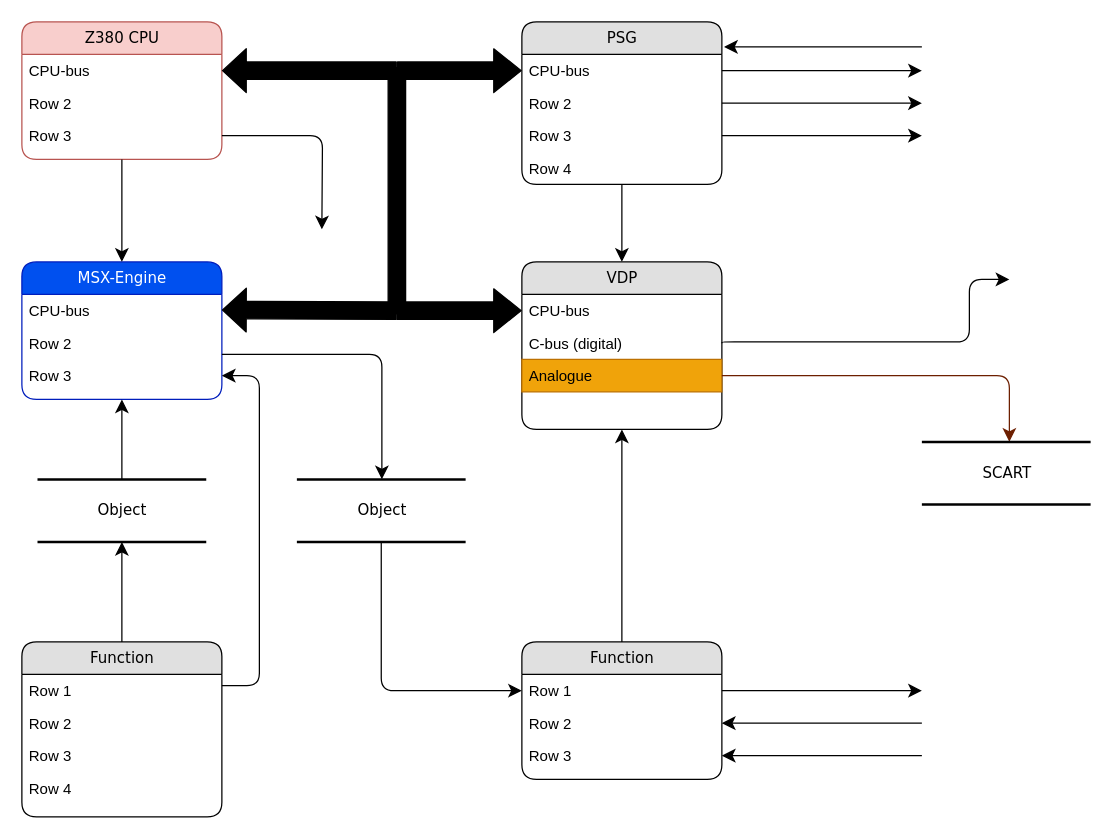
This is Docs/MSX-Ultra_system.drawio from Doomn00b/MSX_Ultra, a draw.io file, before an edit. Source tidied: cells renumbered, new cells numbered last; positions are measured from the earlier drawing's top-left corner, leaving out a move shared by most shapes. Both pictures are drawn from the tidied source at 125%, with x=0, y=0 at pixel (21, 21).
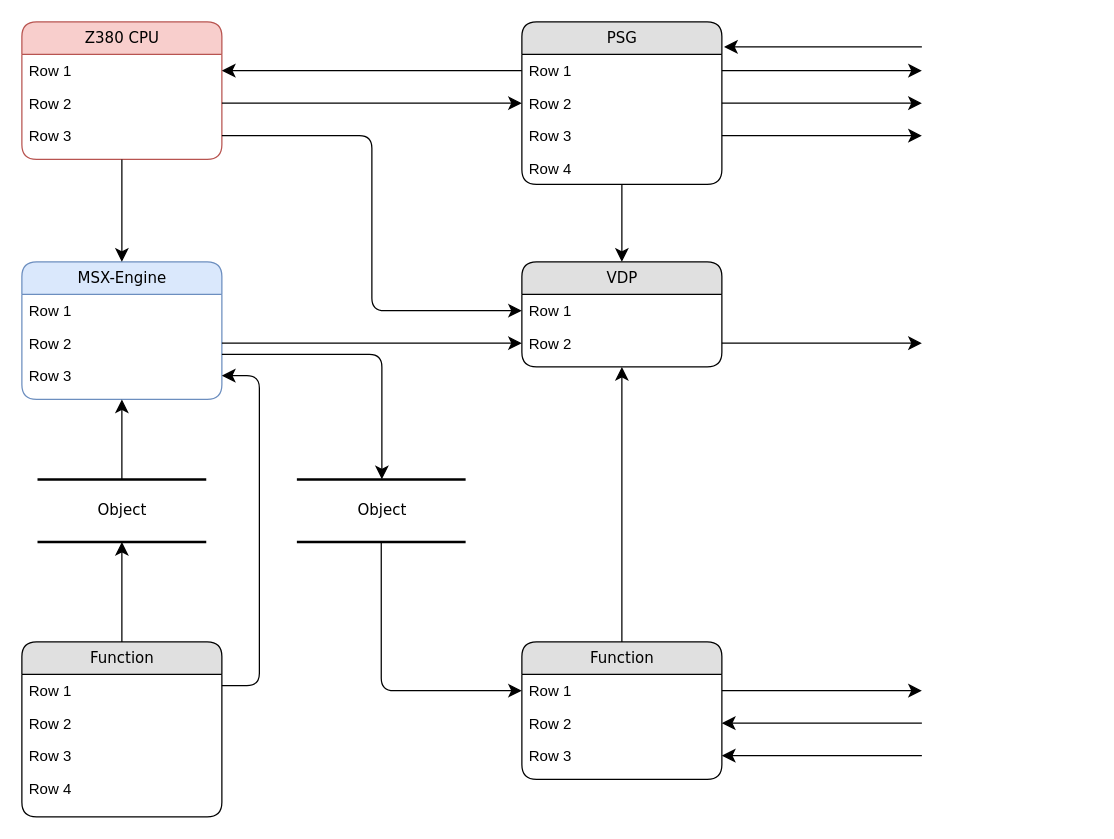
After the change.

Unchanged cells that the change refers to:
```xml
<mxCell id="3" value="Z380 CPU" style="swimlane;html=1;fontStyle=0;horizontal=1;startSize=26;fillColor=#f8cecc;swimlaneFillColor=#ffffff;align=center;rounded=1;shadow=0;comic=0;labelBackgroundColor=none;strokeWidth=1;fontFamily=Verdana;fontSize=12;strokeColor=#b85450;" parent="1" vertex="1">
  <mxGeometry width="160" height="110" as="geometry" />
</mxCell>
<mxCell id="5" value="Row 2" style="text;html=1;strokeColor=none;fillColor=none;spacingLeft=4;spacingRight=4;whiteSpace=wrap;overflow=hidden;points=[[0,0.5],[1,0.5]];portConstraint=eastwest;" parent="3" vertex="1">
  <mxGeometry y="52" width="160" height="26" as="geometry" />
</mxCell>
<mxCell id="6" value="Row 3" style="text;html=1;strokeColor=none;fillColor=none;spacingLeft=4;spacingRight=4;whiteSpace=wrap;overflow=hidden;points=[[0,0.5],[1,0.5]];portConstraint=eastwest;" parent="3" vertex="1">
  <mxGeometry y="78" width="160" height="26" as="geometry" />
</mxCell>
<mxCell id="7" value="PSG&lt;br&gt;" style="swimlane;html=1;fontStyle=0;horizontal=1;startSize=26;fillColor=#e0e0e0;swimlaneFillColor=#ffffff;align=center;rounded=1;shadow=0;comic=0;labelBackgroundColor=none;strokeWidth=1;fontFamily=Verdana;fontSize=12;" parent="1" vertex="1">
  <mxGeometry x="400" width="160" height="130" as="geometry" />
</mxCell>
<mxCell id="9" value="Row 2" style="text;html=1;strokeColor=none;fillColor=none;spacingLeft=4;spacingRight=4;whiteSpace=wrap;overflow=hidden;points=[[0,0.5],[1,0.5]];portConstraint=eastwest;" parent="7" vertex="1">
  <mxGeometry y="52" width="160" height="26" as="geometry" />
</mxCell>
<mxCell id="14" value="Row 2" style="text;html=1;strokeColor=none;fillColor=none;spacingLeft=4;spacingRight=4;whiteSpace=wrap;overflow=hidden;points=[[0,0.5],[1,0.5]];portConstraint=eastwest;" parent="12" vertex="1">
  <mxGeometry y="52" width="160" height="26" as="geometry" />
</mxCell>
```

The edit, as a diff of the source:
```diff
@@
-    <mxCell id="4" value="CPU-bus" style="text;html=1;strokeColor=none;fillColor=none;spacingLeft=4;spacingRight=4;whiteSpace=wrap;overflow=hidden;points=[[0,0.5],[1,0.5]];portConstraint=eastwest;" parent="3" vertex="1">
+    <mxCell id="4" value="Row 1" style="text;html=1;strokeColor=none;fillColor=none;spacingLeft=4;spacingRight=4;whiteSpace=wrap;overflow=hidden;points=[[0,0.5],[1,0.5]];portConstraint=eastwest;" parent="3" vertex="1">
       <mxGeometry y="26" width="160" height="26" as="geometry" />
     </mxCell>
@@
-    <mxCell id="8" value="CPU-bus" style="text;html=1;strokeColor=none;fillColor=none;spacingLeft=4;spacingRight=4;whiteSpace=wrap;overflow=hidden;points=[[0,0.5],[1,0.5]];portConstraint=eastwest;" parent="7" vertex="1">
+    <mxCell id="8" value="Row 1" style="text;html=1;strokeColor=none;fillColor=none;spacingLeft=4;spacingRight=4;whiteSpace=wrap;overflow=hidden;points=[[0,0.5],[1,0.5]];portConstraint=eastwest;" parent="7" vertex="1">
       <mxGeometry y="26" width="160" height="26" as="geometry" />
     </mxCell>
@@
-    <mxCell id="12" value="MSX-Engine&lt;br&gt;" style="swimlane;html=1;fontStyle=0;horizontal=1;startSize=26;fillColor=#0050ef;swimlaneFillColor=#ffffff;align=center;rounded=1;shadow=0;comic=0;labelBackgroundColor=none;strokeWidth=1;fontFamily=Verdana;fontSize=12;strokeColor=#001DBC;fontColor=#ffffff;" parent="1" vertex="1">
+    <mxCell id="12" value="MSX-Engine&lt;br&gt;" style="swimlane;html=1;fontStyle=0;horizontal=1;startSize=26;fillColor=#dae8fc;swimlaneFillColor=#ffffff;align=center;rounded=1;shadow=0;comic=0;labelBackgroundColor=none;strokeWidth=1;fontFamily=Verdana;fontSize=12;strokeColor=#6c8ebf;" parent="1" vertex="1">
       <mxGeometry y="192" width="160" height="110" as="geometry" />
     </mxCell>
-    <mxCell id="13" value="CPU-bus" style="text;html=1;strokeColor=none;fillColor=none;spacingLeft=4;spacingRight=4;whiteSpace=wrap;overflow=hidden;" parent="12" vertex="1">
+    <mxCell id="13" value="Row 1" style="text;html=1;strokeColor=none;fillColor=none;spacingLeft=4;spacingRight=4;whiteSpace=wrap;overflow=hidden;" parent="12" vertex="1">
       <mxGeometry y="26" width="160" height="26" as="geometry" />
     </mxCell>
@@
     <mxCell id="21" value="VDP" style="swimlane;html=1;fontStyle=0;horizontal=1;startSize=26;fillColor=#e0e0e0;swimlaneFillColor=#ffffff;align=center;rounded=1;shadow=0;comic=0;labelBackgroundColor=none;strokeWidth=1;fontFamily=Verdana;fontSize=12;" parent="1" vertex="1">
-      <mxGeometry x="400" y="192" width="160" height="134" as="geometry" />
+      <mxGeometry x="400" y="192" width="160" height="84" as="geometry" />
     </mxCell>
-    <mxCell id="22" value="CPU-bus" style="text;html=1;strokeColor=none;fillColor=none;spacingLeft=4;spacingRight=4;whiteSpace=wrap;overflow=hidden;points=[[0,0.5],[1,0.5]];portConstraint=eastwest;" parent="21" vertex="1">
+    <mxCell id="22" value="Row 1" style="text;html=1;strokeColor=none;fillColor=none;spacingLeft=4;spacingRight=4;whiteSpace=wrap;overflow=hidden;points=[[0,0.5],[1,0.5]];portConstraint=eastwest;" parent="21" vertex="1">
       <mxGeometry y="26" width="160" height="26" as="geometry" />
     </mxCell>
-    <mxCell id="23" value="C-bus (digital)" style="text;html=1;strokeColor=none;fillColor=none;spacingLeft=4;spacingRight=4;whiteSpace=wrap;overflow=hidden;points=[[0,0.5],[1,0.5]];portConstraint=eastwest;" parent="21" vertex="1">
+    <mxCell id="23" value="Row 2" style="text;html=1;strokeColor=none;fillColor=none;spacingLeft=4;spacingRight=4;whiteSpace=wrap;overflow=hidden;points=[[0,0.5],[1,0.5]];portConstraint=eastwest;" parent="21" vertex="1">
       <mxGeometry y="52" width="160" height="26" as="geometry" />
     </mxCell>
-    <mxCell id="24" value="Analogue&lt;br&gt;" style="text;html=1;strokeColor=#BD7000;fillColor=#f0a30a;spacingLeft=4;spacingRight=4;whiteSpace=wrap;overflow=hidden;points=[[0,0.5],[1,0.5]];portConstraint=eastwest;fontColor=#000000;" parent="21" vertex="1">
-      <mxGeometry y="78" width="160" height="26" as="geometry" />
-    </mxCell>
@@
+    <mxCell id="56" style="edgeStyle=orthogonalEdgeStyle;html=1;entryX=0;entryY=0.5;labelBackgroundColor=none;startFill=0;startSize=8;endFill=1;endSize=8;fontFamily=Verdana;fontSize=12;exitX=1;exitY=0.5;" parent="1" edge="1" source="5" target="9">
+      <mxGeometry relative="1" as="geometry" />
+    </mxCell>
-    <mxCell id="38" style="edgeStyle=orthogonalEdgeStyle;html=1;entryX=1;entryY=0.5;labelBackgroundColor=none;startFill=0;endFill=1;fontFamily=Verdana;fontSize=12;strokeWidth=1;shape=flexArrow;fillColor=#000000;strokeColor=default;startArrow=none;width=14;startSize=7;" parent="1" edge="1" source="48" target="4">
+    <mxCell id="38" style="edgeStyle=orthogonalEdgeStyle;html=1;exitX=0;exitY=0.5;entryX=1;entryY=0.5;labelBackgroundColor=none;startFill=0;startSize=8;endFill=1;endSize=8;fontFamily=Verdana;fontSize=12;" parent="1" edge="1" source="8" target="4">
       <mxGeometry relative="1" as="geometry" />
     </mxCell>
-    <mxCell id="39" style="edgeStyle=orthogonalEdgeStyle;html=1;exitX=1;exitY=0.5;labelBackgroundColor=none;startFill=0;startSize=8;endFill=1;endSize=8;fontFamily=Verdana;fontSize=12;" parent="1" edge="1" source="6">
-      <mxGeometry relative="1" as="geometry">
-        <mxPoint x="240" y="166" as="targetPoint" />
-      </mxGeometry>
+    <mxCell id="39" style="edgeStyle=orthogonalEdgeStyle;html=1;exitX=1;exitY=0.5;entryX=0;entryY=0.5;labelBackgroundColor=none;startFill=0;startSize=8;endFill=1;endSize=8;fontFamily=Verdana;fontSize=12;" parent="1" edge="1" source="6" target="22">
+      <mxGeometry relative="1" as="geometry" />
     </mxCell>
+    <mxCell id="57" style="edgeStyle=orthogonalEdgeStyle;html=1;exitX=1;exitY=0.5;entryX=0;entryY=0.5;labelBackgroundColor=none;startFill=0;startSize=8;endFill=1;endSize=8;fontFamily=Verdana;fontSize=12;" parent="1" edge="1" source="14" target="23">
+      <mxGeometry relative="1" as="geometry" />
+    </mxCell>
-    <mxCell id="40" style="edgeStyle=orthogonalEdgeStyle;html=1;labelBackgroundColor=none;startFill=0;startSize=8;endFill=1;endSize=8;fontFamily=Verdana;fontSize=12;exitX=1;exitY=0.5;exitDx=0;exitDy=0;fillColor=#a0522d;strokeColor=#6D1F00;" parent="1" edge="1" source="24" target="51">
+    <mxCell id="40" style="edgeStyle=orthogonalEdgeStyle;html=1;labelBackgroundColor=none;startFill=0;startSize=8;endFill=1;endSize=8;fontFamily=Verdana;fontSize=12;" parent="1" edge="1" source="23">
       <mxGeometry relative="1" as="geometry">
-        <Array as="points">
-          <mxPoint x="790" y="283" />
-        </Array>
+        <mxPoint x="720" y="257" as="targetPoint" />
       </mxGeometry>
     </mxCell>
@@
-    <mxCell id="48" style="shape=waypoint;sketch=0;fillStyle=solid;size=6;points=[];fillColor=none;perimeter=centerPerimeter;snapToPoint=1;" parent="1" vertex="1">
-      <mxGeometry x="280" y="19" width="40" height="40" as="geometry" />
-    </mxCell>
-    <mxCell id="49" style="edgeStyle=orthogonalEdgeStyle;html=1;labelBackgroundColor=none;startFill=0;endFill=1;fontFamily=Verdana;fontSize=12;strokeWidth=1;shape=flexArrow;fillColor=#000000;strokeColor=default;startArrow=block;width=14;startSize=7;endArrow=none;" parent="1" edge="1" source="8" target="48">
-      <mxGeometry relative="1" as="geometry" />
-    </mxCell>
-    <mxCell id="50" style="edgeStyle=orthogonalEdgeStyle;html=1;labelBackgroundColor=none;startFill=0;endFill=1;fontFamily=Verdana;fontSize=12;strokeWidth=1;shape=flexArrow;fillColor=#000000;strokeColor=default;startArrow=none;width=14;startSize=7;endArrow=none;exitDx=0;exitDy=0;" parent="1" edge="1" source="53" target="48">
-      <mxGeometry relative="1" as="geometry" />
-    </mxCell>
-    <mxCell id="51" value="SCART" style="html=1;rounded=0;shadow=0;comic=0;labelBackgroundColor=none;strokeWidth=2;fontFamily=Verdana;fontSize=12;align=center;shape=mxgraph.ios7ui.horLines;" parent="1" vertex="1">
-      <mxGeometry x="720" y="336" width="135" height="50" as="geometry" />
-    </mxCell>
-    <mxCell id="52" style="edgeStyle=orthogonalEdgeStyle;html=1;labelBackgroundColor=none;startFill=0;startSize=8;endFill=1;endSize=8;fontFamily=Verdana;fontSize=12;exitX=1;exitY=0.5;exitDx=0;exitDy=0;" parent="1" edge="1" source="23">
-      <mxGeometry relative="1" as="geometry">
-        <mxPoint x="790" y="206" as="targetPoint" />
-        <Array as="points">
-          <mxPoint x="560" y="256" />
-          <mxPoint x="758" y="256" />
-          <mxPoint x="758" y="206" />
-        </Array>
-      </mxGeometry>
-    </mxCell>
-    <mxCell id="53" style="shape=waypoint;sketch=0;fillStyle=solid;size=6;points=[];fillColor=none;perimeter=centerPerimeter;snapToPoint=1;" parent="1" vertex="1">
-      <mxGeometry x="280" y="211" width="40" height="40" as="geometry" />
-    </mxCell>
-    <mxCell id="54" style="edgeStyle=orthogonalEdgeStyle;html=1;labelBackgroundColor=none;startFill=0;endFill=1;fontFamily=Verdana;fontSize=12;strokeWidth=1;shape=flexArrow;fillColor=#000000;strokeColor=default;startArrow=block;width=14;startSize=7;endArrow=none;exitX=0;exitY=0.5;exitDx=0;exitDy=0;" parent="1" edge="1" source="22" target="53">
-      <mxGeometry relative="1" as="geometry" />
-    </mxCell>
-    <mxCell id="55" style="edgeStyle=orthogonalEdgeStyle;html=1;labelBackgroundColor=none;startFill=0;endFill=1;fontFamily=Verdana;fontSize=12;strokeWidth=1;shape=flexArrow;fillColor=#000000;strokeColor=default;startArrow=none;width=14;startSize=7;endArrow=block;" parent="1" edge="1" source="53">
-      <mxGeometry relative="1" as="geometry">
-        <mxPoint x="160" y="230.5" as="targetPoint" />
-      </mxGeometry>
-    </mxCell>
```
